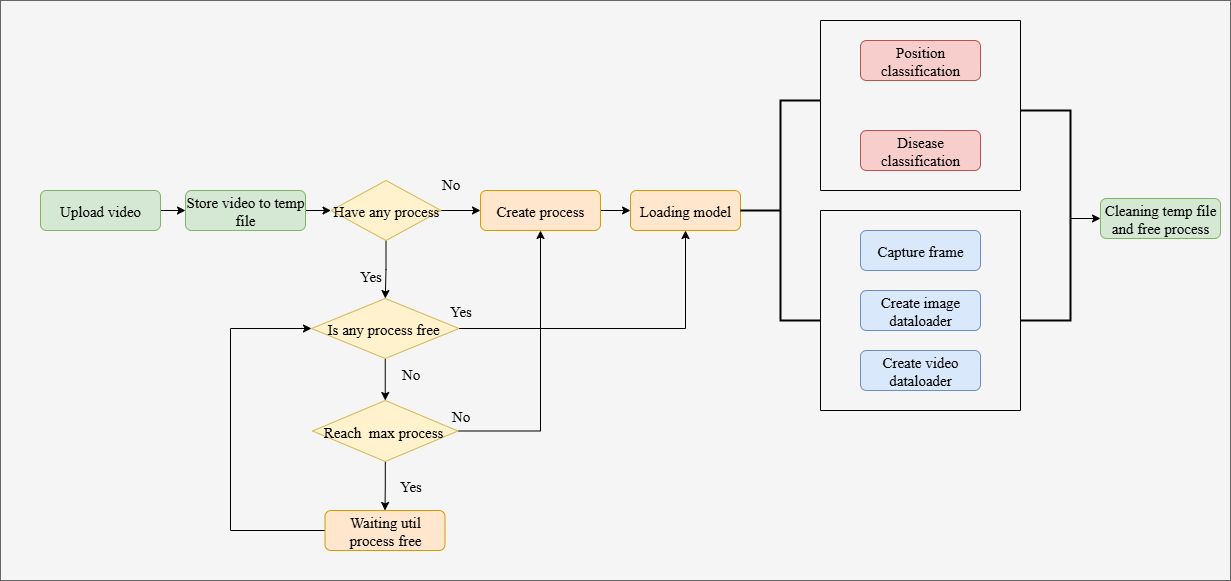
Earlier version of the draw.io export assets/FlowChart_Processing.drawio.png (haophan361/Endo-Video-Diagnosis). Source tidied: cells renumbered, new cells last; positions are measured from the earlier drawing's top-left corner, leaving out a move shared by most shapes.
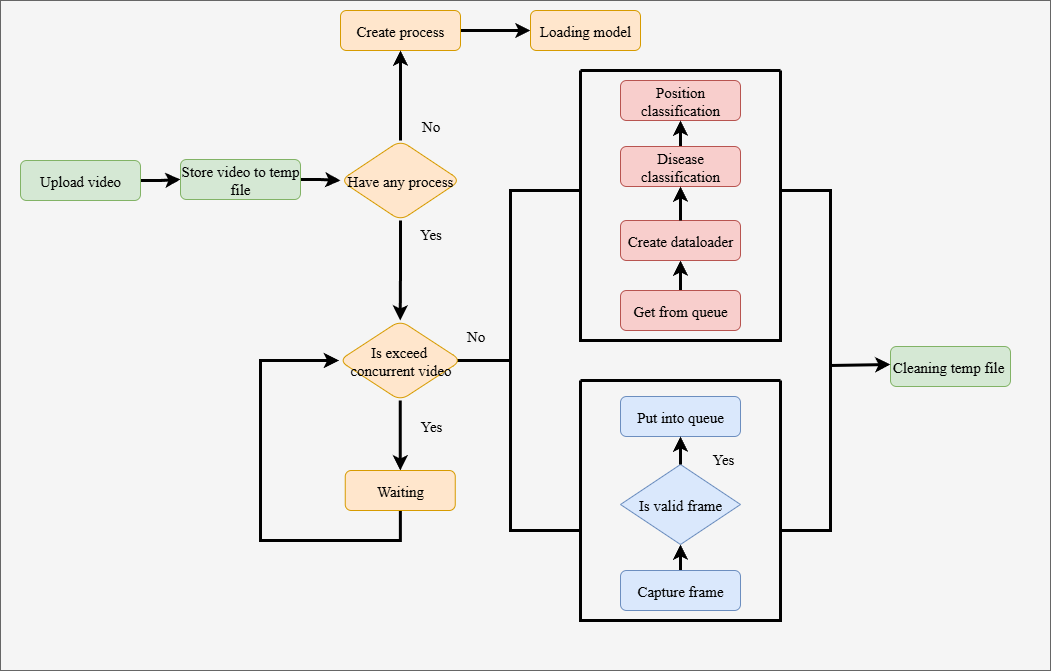
After the commit.

Commit message:
update flow system processing assets

Change to the diagram source:
```diff
@@ -2,120 +2,131 @@
   <root>
     <mxCell id="0" />
     <mxCell id="1" parent="0" />
-    <mxCell id="2" style="rounded=0;whiteSpace=wrap;html=1;fillColor=#f5f5f5;fontColor=#333333;strokeColor=#666666;fontFamily=Times New Roman;fontSize=15;" parent="1" vertex="1">
-      <mxGeometry width="1230" height="580" as="geometry" />
-    </mxCell>
+    <mxCell id="38" style="rounded=0;whiteSpace=wrap;html=1;fillColor=#f5f5f5;fontColor=#333333;strokeColor=#666666;fontFamily=Times New Roman;fontSize=15;" parent="1" vertex="1">
+      <mxGeometry x="-20" y="30" width="1050" height="670" as="geometry" />
+    </mxCell>
-    <mxCell id="3" style="edgeStyle=orthogonalEdgeStyle;rounded=0;jettySize=auto;html=1;fontFamily=Times New Roman;fontSize=15;" parent="1" edge="1" source="4" target="6">
+    <mxCell id="3" style="edgeStyle=orthogonalEdgeStyle;rounded=0;jettySize=auto;html=1;fontFamily=Times New Roman;fontSize=15;strokeWidth=3;" parent="1" edge="1" source="4" target="6">
       <mxGeometry relative="1" as="geometry" />
     </mxCell>
     <mxCell id="4" value="Upload video" style="rounded=1;whiteSpace=wrap;html=1;fillColor=#d5e8d4;strokeColor=#82b366;fontFamily=Times New Roman;fontSize=15;" parent="1" vertex="1">
-      <mxGeometry x="40" y="190" width="120" height="40" as="geometry" />
+      <mxGeometry y="190" width="120" height="40" as="geometry" />
     </mxCell>
-    <mxCell id="5" style="edgeStyle=orthogonalEdgeStyle;rounded=0;jettySize=auto;html=1;fontFamily=Times New Roman;fontSize=15;" parent="1" edge="1" source="6" target="9">
+    <mxCell id="5" style="edgeStyle=orthogonalEdgeStyle;rounded=0;jettySize=auto;html=1;fontFamily=Times New Roman;fontSize=15;strokeWidth=3;" parent="1" edge="1" source="6" target="9">
       <mxGeometry relative="1" as="geometry" />
     </mxCell>
     <mxCell id="6" value="Store video to temp file" style="rounded=1;whiteSpace=wrap;html=1;fillColor=#d5e8d4;strokeColor=#82b366;fontFamily=Times New Roman;fontSize=15;" parent="1" vertex="1">
-      <mxGeometry x="185" y="190" width="120" height="40" as="geometry" />
+      <mxGeometry x="160" y="189" width="120" height="40" as="geometry" />
     </mxCell>
-    <mxCell id="7" style="edgeStyle=orthogonalEdgeStyle;rounded=0;jettySize=auto;html=1;exitX=1;exitY=0.5;exitDx=0;exitDy=0;entryX=0;entryY=0.5;entryDx=0;entryDy=0;fontFamily=Times New Roman;fontSize=15;" parent="1" edge="1" source="9" target="15">
-      <mxGeometry relative="1" as="geometry" />
-    </mxCell>
-    <mxCell id="8" style="edgeStyle=orthogonalEdgeStyle;rounded=0;jettySize=auto;html=1;fontFamily=Times New Roman;fontSize=15;" parent="1" edge="1" source="9" target="12">
-      <mxGeometry relative="1" as="geometry" />
-    </mxCell>
-    <mxCell id="9" value="Have any process" style="rhombus;whiteSpace=wrap;html=1;fillColor=#fff2cc;strokeColor=#d6b656;fontFamily=Times New Roman;fontSize=15;" parent="1" vertex="1">
-      <mxGeometry x="330.5" y="180" width="110" height="60" as="geometry" />
-    </mxCell>
-    <mxCell id="10" style="edgeStyle=orthogonalEdgeStyle;rounded=0;jettySize=auto;html=1;fontFamily=Times New Roman;fontSize=15;" parent="1" edge="1" source="12" target="19">
-      <mxGeometry relative="1" as="geometry" />
-    </mxCell>
-    <mxCell id="11" style="edgeStyle=orthogonalEdgeStyle;rounded=0;jettySize=auto;html=1;entryX=0.5;entryY=1;entryDx=0;entryDy=0;fontFamily=Times New Roman;fontSize=15;" parent="1" edge="1" source="12" target="22">
-      <mxGeometry relative="1" as="geometry" />
-    </mxCell>
-    <mxCell id="12" value="Is any process free&amp;nbsp;" style="rhombus;whiteSpace=wrap;html=1;fillColor=#fff2cc;strokeColor=#d6b656;fontFamily=Times New Roman;fontSize=15;" parent="1" vertex="1">
-      <mxGeometry x="311" y="298" width="147.5" height="60" as="geometry" />
-    </mxCell>
-    <mxCell id="13" value="Yes" style="text;html=1;align=center;verticalAlign=middle;strokeColor=none;fillColor=none;fontFamily=Times New Roman;fontSize=15;" parent="1" vertex="1">
-      <mxGeometry x="345" y="260" width="50" height="30" as="geometry" />
-    </mxCell>
-    <mxCell id="14" style="edgeStyle=orthogonalEdgeStyle;rounded=0;jettySize=auto;html=1;fontFamily=Times New Roman;fontSize=15;" parent="1" edge="1" source="15" target="22">
+    <mxCell id="14" style="edgeStyle=orthogonalEdgeStyle;rounded=0;jettySize=auto;html=1;entryX=0;entryY=0.5;entryDx=0;entryDy=0;strokeWidth=3;fontFamily=Times New Roman;fontSize=15;" parent="1" edge="1" source="15" target="22">
       <mxGeometry relative="1" as="geometry" />
     </mxCell>
     <mxCell id="15" value="Create process" style="rounded=1;whiteSpace=wrap;html=1;fillColor=#ffe6cc;strokeColor=#d79b00;fontFamily=Times New Roman;fontSize=15;" parent="1" vertex="1">
-      <mxGeometry x="480" y="190" width="120" height="40" as="geometry" />
+      <mxGeometry x="320" y="40" width="120" height="40" as="geometry" />
     </mxCell>
-    <mxCell id="16" value="No" style="text;html=1;align=center;verticalAlign=middle;strokeColor=none;fillColor=none;fontFamily=Times New Roman;fontSize=15;" parent="1" vertex="1">
-      <mxGeometry x="430" y="168" width="40" height="30" as="geometry" />
-    </mxCell>
-    <mxCell id="17" style="edgeStyle=orthogonalEdgeStyle;rounded=0;jettySize=auto;html=1;fontFamily=Times New Roman;fontSize=15;" parent="1" edge="1" source="19" target="21">
-      <mxGeometry relative="1" as="geometry" />
-    </mxCell>
-    <mxCell id="18" style="edgeStyle=orthogonalEdgeStyle;rounded=0;jettySize=auto;html=1;exitX=1;exitY=0.5;exitDx=0;exitDy=0;entryX=0.5;entryY=1;entryDx=0;entryDy=0;fontFamily=Times New Roman;fontSize=15;" parent="1" edge="1" source="19" target="15">
-      <mxGeometry relative="1" as="geometry" />
-    </mxCell>
-    <mxCell id="19" value="Reach&amp;nbsp; max process&amp;nbsp;" style="rhombus;whiteSpace=wrap;html=1;fillColor=#fff2cc;strokeColor=#d6b656;fontFamily=Times New Roman;fontSize=15;" parent="1" vertex="1">
-      <mxGeometry x="312" y="400" width="145.5" height="61" as="geometry" />
-    </mxCell>
-    <mxCell id="20" style="edgeStyle=orthogonalEdgeStyle;rounded=0;jettySize=auto;html=1;exitX=0;exitY=0.5;exitDx=0;exitDy=0;entryX=0;entryY=0.5;entryDx=0;entryDy=0;fontFamily=Times New Roman;fontSize=15;" parent="1" edge="1" source="21" target="12">
-      <mxGeometry relative="1" as="geometry">
-        <Array as="points">
-          <mxPoint x="230" y="530" />
-          <mxPoint x="230" y="328" />
-        </Array>
-      </mxGeometry>
-    </mxCell>
-    <mxCell id="21" value="Waiting util process free" style="rounded=1;whiteSpace=wrap;html=1;fillColor=#ffe6cc;strokeColor=#d79b00;fontFamily=Times New Roman;fontSize=15;" parent="1" vertex="1">
-      <mxGeometry x="324.5" y="510" width="120" height="40" as="geometry" />
-    </mxCell>
     <mxCell id="22" value="Loading model" style="rounded=1;whiteSpace=wrap;html=1;fillColor=#ffe6cc;strokeColor=#d79b00;fontFamily=Times New Roman;fontSize=15;" parent="1" vertex="1">
-      <mxGeometry x="630" y="190" width="110" height="40" as="geometry" />
+      <mxGeometry x="510" y="40" width="110" height="40" as="geometry" />
     </mxCell>
-    <mxCell id="23" value="Yes" style="text;html=1;align=center;verticalAlign=middle;strokeColor=none;fillColor=none;fontFamily=Times New Roman;fontSize=15;" parent="1" vertex="1">
-      <mxGeometry x="435" y="295" width="50" height="30" as="geometry" />
-    </mxCell>
-    <mxCell id="24" value="No" style="text;html=1;align=center;verticalAlign=middle;strokeColor=none;fillColor=none;fontFamily=Times New Roman;fontSize=15;" parent="1" vertex="1">
-      <mxGeometry x="390" y="358" width="40" height="30" as="geometry" />
-    </mxCell>
-    <mxCell id="25" value="No" style="text;html=1;align=center;verticalAlign=middle;strokeColor=none;fillColor=none;fontFamily=Times New Roman;fontSize=15;" parent="1" vertex="1">
-      <mxGeometry x="440" y="400" width="40" height="30" as="geometry" />
-    </mxCell>
-    <mxCell id="26" value="Yes" style="text;html=1;align=center;verticalAlign=middle;strokeColor=none;fillColor=none;fontFamily=Times New Roman;fontSize=15;" parent="1" vertex="1">
-      <mxGeometry x="385" y="470" width="50" height="30" as="geometry" />
-    </mxCell>
-    <mxCell id="27" style="swimlane;startSize=0;fontFamily=Times New Roman;fontSize=15;" parent="1" vertex="1">
-      <mxGeometry x="820" y="210" width="200" height="200" as="geometry" />
+    <mxCell id="27" style="swimlane;startSize=0;fontFamily=Times New Roman;fontSize=15;strokeWidth=3;" parent="1" vertex="1">
+      <mxGeometry x="560" y="410" width="200" height="240" as="geometry" />
     </mxCell>
+    <mxCell id="39" style="edgeStyle=orthogonalEdgeStyle;rounded=0;jettySize=auto;html=1;strokeWidth=3;fontFamily=Times New Roman;fontSize=15;" parent="27" edge="1" source="28" target="40">
+      <mxGeometry relative="1" as="geometry" />
+    </mxCell>
     <mxCell id="28" value="Capture frame" style="rounded=1;whiteSpace=wrap;html=1;fillColor=#dae8fc;strokeColor=#6c8ebf;fontFamily=Times New Roman;fontSize=15;" parent="27" vertex="1">
-      <mxGeometry x="40" y="20" width="120" height="40" as="geometry" />
+      <mxGeometry x="40" y="190" width="120" height="40" as="geometry" />
     </mxCell>
-    <mxCell id="29" value="Create image dataloader" style="rounded=1;whiteSpace=wrap;html=1;fillColor=#dae8fc;strokeColor=#6c8ebf;fontFamily=Times New Roman;fontSize=15;" parent="27" vertex="1">
-      <mxGeometry x="40" y="80" width="120" height="40" as="geometry" />
-    </mxCell>
-    <mxCell id="30" value="Create video dataloader" style="rounded=1;whiteSpace=wrap;html=1;fillColor=#dae8fc;strokeColor=#6c8ebf;fontFamily=Times New Roman;fontSize=15;" parent="27" vertex="1">
-      <mxGeometry x="40" y="140" width="120" height="40" as="geometry" />
-    </mxCell>
+    <mxCell id="40" value="Is valid frame" style="rhombus;whiteSpace=wrap;html=1;fillColor=#dae8fc;strokeColor=#6c8ebf;fontFamily=Times New Roman;fontSize=15;" parent="27" vertex="1">
+      <mxGeometry x="40" y="84" width="120" height="80" as="geometry" />
+    </mxCell>
+    <mxCell id="41" value="Yes" style="text;html=1;align=center;verticalAlign=middle;whiteSpace=wrap;rounded=0;fontFamily=Times New Roman;fontSize=15;" parent="27" vertex="1">
+      <mxGeometry x="113" y="63" width="60" height="30" as="geometry" />
+    </mxCell>
-    <mxCell id="31" style="swimlane;startSize=0;fontFamily=Times New Roman;fontSize=15;" parent="1" vertex="1">
-      <mxGeometry x="820" y="20" width="200" height="170" as="geometry" />
+    <mxCell id="31" style="swimlane;startSize=0;fontFamily=Times New Roman;fontSize=15;strokeWidth=3;" parent="1" vertex="1">
+      <mxGeometry x="560" y="100" width="200" height="270" as="geometry" />
     </mxCell>
+    <mxCell id="42" style="edgeStyle=orthogonalEdgeStyle;rounded=0;jettySize=auto;html=1;strokeWidth=3;fontFamily=Times New Roman;fontSize=15;" parent="31" edge="1" source="32" target="33">
+      <mxGeometry relative="1" as="geometry" />
+    </mxCell>
-    <mxCell id="32" value="Position classification" style="rounded=1;whiteSpace=wrap;html=1;fillColor=#f8cecc;strokeColor=#b85450;fontFamily=Times New Roman;fontSize=15;" parent="31" vertex="1">
-      <mxGeometry x="40" y="20" width="120" height="40" as="geometry" />
+    <mxCell id="32" value="Get from queue" style="rounded=1;whiteSpace=wrap;html=1;fillColor=#f8cecc;strokeColor=#b85450;fontFamily=Times New Roman;fontSize=15;" parent="31" vertex="1">
+      <mxGeometry x="40" y="220" width="120" height="40" as="geometry" />
     </mxCell>
-    <mxCell id="33" value="Disease classification" style="rounded=1;whiteSpace=wrap;html=1;fillColor=#f8cecc;strokeColor=#b85450;fontFamily=Times New Roman;fontSize=15;" parent="31" vertex="1">
-      <mxGeometry x="40" y="110" width="120" height="40" as="geometry" />
+    <mxCell id="33" value="Create dataloader" style="rounded=1;whiteSpace=wrap;html=1;fillColor=#f8cecc;strokeColor=#b85450;fontFamily=Times New Roman;fontSize=15;" parent="31" vertex="1">
+      <mxGeometry x="40" y="150" width="120" height="40" as="geometry" />
     </mxCell>
-    <mxCell id="34" value="Cleaning temp file and free process" style="rounded=1;whiteSpace=wrap;html=1;fillColor=#d5e8d4;strokeColor=#82b366;fontFamily=Times New Roman;fontSize=15;" parent="1" vertex="1">
-      <mxGeometry x="1100" y="198" width="120" height="40" as="geometry" />
+    <mxCell id="34" value="Cleaning temp file&amp;nbsp;" style="rounded=1;whiteSpace=wrap;html=1;fillColor=#d5e8d4;strokeColor=#82b366;fontFamily=Times New Roman;fontSize=15;" parent="1" vertex="1">
+      <mxGeometry x="870" y="376" width="120" height="40" as="geometry" />
     </mxCell>
-    <mxCell id="35" style="endArrow=classic;html=1;rounded=0;entryX=0;entryY=0.5;entryDx=0;entryDy=0;fontFamily=Times New Roman;fontSize=15;" parent="1" edge="1" target="34">
+    <mxCell id="35" style="endArrow=classic;html=1;rounded=0;entryX=0;entryY=0.5;entryDx=0;entryDy=0;fontFamily=Times New Roman;fontSize=15;strokeWidth=3;" parent="1" edge="1">
       <mxGeometry relative="1" as="geometry">
-        <mxPoint x="1070" y="218" as="sourcePoint" />
+        <mxPoint x="810" y="395" as="sourcePoint" />
+        <mxPoint x="870" y="394" as="targetPoint" />
       </mxGeometry>
     </mxCell>
-    <mxCell id="36" style="strokeWidth=2;html=1;shape=mxgraph.flowchart.annotation_2;align=left;labelPosition=right;fontFamily=Times New Roman;fontSize=15;" parent="1" vertex="1">
-      <mxGeometry x="740" y="100" width="80" height="220" as="geometry" />
+    <mxCell id="36" style="strokeWidth=3;html=1;shape=mxgraph.flowchart.annotation_2;align=left;labelPosition=right;fontFamily=Times New Roman;fontSize=15;" parent="1" vertex="1">
+      <mxGeometry x="420" y="220" width="140" height="340" as="geometry" />
     </mxCell>
-    <mxCell id="37" style="strokeWidth=2;html=1;shape=mxgraph.flowchart.annotation_1;align=left;rotation=-180;fontFamily=Times New Roman;fontSize=15;" parent="1" vertex="1">
-      <mxGeometry x="1020" y="110" width="50" height="210" as="geometry" />
+    <mxCell id="37" style="strokeWidth=3;html=1;shape=mxgraph.flowchart.annotation_1;align=left;rotation=-180;fontFamily=Times New Roman;fontSize=15;" parent="1" vertex="1">
+      <mxGeometry x="760" y="220" width="50" height="340" as="geometry" />
     </mxCell>
+    <mxCell id="43" style="edgeStyle=orthogonalEdgeStyle;rounded=0;orthogonalLoop=1;jettySize=auto;html=1;exitX=0.5;exitY=1;exitDx=0;exitDy=0;fontFamily=Times New Roman;fontSize=15;" parent="1" edge="1" source="15" target="15">
+      <mxGeometry relative="1" as="geometry" />
+    </mxCell>
+    <mxCell id="7" style="edgeStyle=orthogonalEdgeStyle;rounded=0;jettySize=auto;html=1;strokeWidth=3;fontFamily=Times New Roman;fontSize=15;" parent="1" edge="1" source="9" target="15">
+      <mxGeometry relative="1" as="geometry" />
+    </mxCell>
+    <mxCell id="44" style="edgeStyle=orthogonalEdgeStyle;rounded=0;jettySize=auto;html=1;strokeWidth=3;fontFamily=Times New Roman;fontSize=15;" parent="1" edge="1" source="9" target="47">
+      <mxGeometry relative="1" as="geometry" />
+    </mxCell>
+    <mxCell id="9" value="Have any process" style="rhombus;whiteSpace=wrap;html=1;fontSize=15;fontFamily=Times New Roman;fillColor=#ffe6cc;strokeColor=#d79b00;rounded=1;" parent="1" vertex="1">
+      <mxGeometry x="320" y="170" width="120" height="80" as="geometry" />
+    </mxCell>
+    <mxCell id="45" value="No" style="text;html=1;align=center;verticalAlign=middle;strokeColor=none;fillColor=none;fontFamily=Times New Roman;fontSize=15;" parent="1" vertex="1">
+      <mxGeometry x="390" y="140" width="40" height="30" as="geometry" />
+    </mxCell>
+    <mxCell id="46" style="edgeStyle=orthogonalEdgeStyle;rounded=0;jettySize=auto;html=1;strokeWidth=3;fontFamily=Times New Roman;fontSize=15;" parent="1" edge="1" source="47" target="49">
+      <mxGeometry relative="1" as="geometry" />
+    </mxCell>
+    <mxCell id="47" value="Is exceed&amp;nbsp; concurrent video" style="rhombus;whiteSpace=wrap;html=1;fontSize=15;fontFamily=Times New Roman;fillColor=#ffe6cc;strokeColor=#d79b00;rounded=1;" parent="1" vertex="1">
+      <mxGeometry x="318.5" y="350" width="122.5" height="80" as="geometry" />
+    </mxCell>
+    <mxCell id="48" style="edgeStyle=orthogonalEdgeStyle;rounded=0;jettySize=auto;html=1;entryX=0;entryY=0.5;entryDx=0;entryDy=0;strokeWidth=3;fontFamily=Times New Roman;fontSize=15;" parent="1" edge="1" source="49" target="47">
+      <mxGeometry relative="1" as="geometry">
+        <Array as="points">
+          <mxPoint x="380" y="570" />
+          <mxPoint x="240" y="570" />
+          <mxPoint x="240" y="390" />
+        </Array>
+      </mxGeometry>
+    </mxCell>
+    <mxCell id="49" value="Waiting" style="rounded=1;whiteSpace=wrap;html=1;fillColor=#ffe6cc;strokeColor=#d79b00;fontFamily=Times New Roman;fontSize=15;" parent="1" vertex="1">
+      <mxGeometry x="324.8" y="500" width="110" height="40" as="geometry" />
+    </mxCell>
+    <mxCell id="50" value="Yes" style="text;html=1;align=center;verticalAlign=middle;whiteSpace=wrap;rounded=0;fontFamily=Times New Roman;fontSize=15;" parent="1" vertex="1">
+      <mxGeometry x="381" y="440" width="60" height="30" as="geometry" />
+    </mxCell>
+    <mxCell id="51" value="Yes" style="text;html=1;align=center;verticalAlign=middle;strokeColor=none;fillColor=none;fontFamily=Times New Roman;fontSize=15;" parent="1" vertex="1">
+      <mxGeometry x="385" y="248" width="50" height="30" as="geometry" />
+    </mxCell>
+    <mxCell id="52" value="No" style="text;html=1;align=center;verticalAlign=middle;strokeColor=none;fillColor=none;fontFamily=Times New Roman;fontSize=15;" parent="1" vertex="1">
+      <mxGeometry x="435" y="350" width="40" height="30" as="geometry" />
+    </mxCell>
+    <mxCell id="53" value="Put into queue" style="rounded=1;whiteSpace=wrap;html=1;fillColor=#dae8fc;strokeColor=#6c8ebf;fontFamily=Times New Roman;fontSize=15;" parent="1" vertex="1">
+      <mxGeometry x="600" y="426" width="120" height="40" as="geometry" />
+    </mxCell>
+    <mxCell id="54" style="edgeStyle=orthogonalEdgeStyle;rounded=0;jettySize=auto;html=1;exitX=0.5;exitY=0;exitDx=0;exitDy=0;entryX=0.5;entryY=1;entryDx=0;entryDy=0;strokeWidth=3;fontFamily=Times New Roman;fontSize=15;" parent="1" edge="1" source="40" target="53">
+      <mxGeometry relative="1" as="geometry" />
+    </mxCell>
+    <mxCell id="55" value="Position classification" style="rounded=1;whiteSpace=wrap;html=1;fillColor=#f8cecc;strokeColor=#b85450;fontFamily=Times New Roman;fontSize=15;" parent="1" vertex="1">
+      <mxGeometry x="600" y="110" width="120" height="40" as="geometry" />
+    </mxCell>
+    <mxCell id="56" style="edgeStyle=orthogonalEdgeStyle;rounded=0;jettySize=auto;html=1;exitX=0.5;exitY=0;exitDx=0;exitDy=0;entryX=0.5;entryY=1;entryDx=0;entryDy=0;strokeWidth=3;fontFamily=Times New Roman;fontSize=15;" parent="1" edge="1" source="57" target="55">
+      <mxGeometry relative="1" as="geometry" />
+    </mxCell>
+    <mxCell id="57" value="Disease classification" style="rounded=1;whiteSpace=wrap;html=1;fillColor=#f8cecc;strokeColor=#b85450;fontFamily=Times New Roman;fontSize=15;" parent="1" vertex="1">
+      <mxGeometry x="600" y="176" width="120" height="40" as="geometry" />
+    </mxCell>
+    <mxCell id="58" style="edgeStyle=orthogonalEdgeStyle;rounded=0;jettySize=auto;html=1;strokeWidth=3;fontFamily=Times New Roman;fontSize=15;" parent="1" edge="1" source="33" target="57">
+      <mxGeometry relative="1" as="geometry" />
+    </mxCell>
   </root>
 </mxGraphModel>
```
